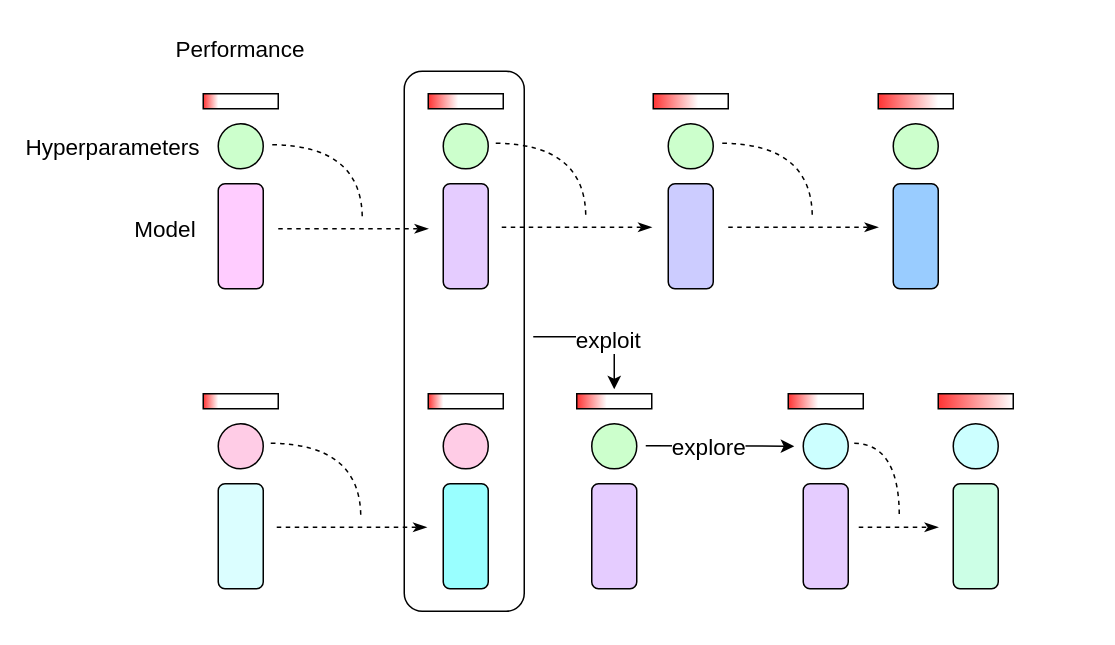
This is drawio/ch-data-science/population-based-training.drawio from godaai/scale-py-zh, a draw.io file, before an edit. Source tidied: cells renumbered, new cells numbered last; positions are measured from the earlier drawing's top-left corner, leaving out a move shared by most shapes. Both pictures are drawn from the tidied source at 150%, with x=0, y=0 at pixel (68, 26).
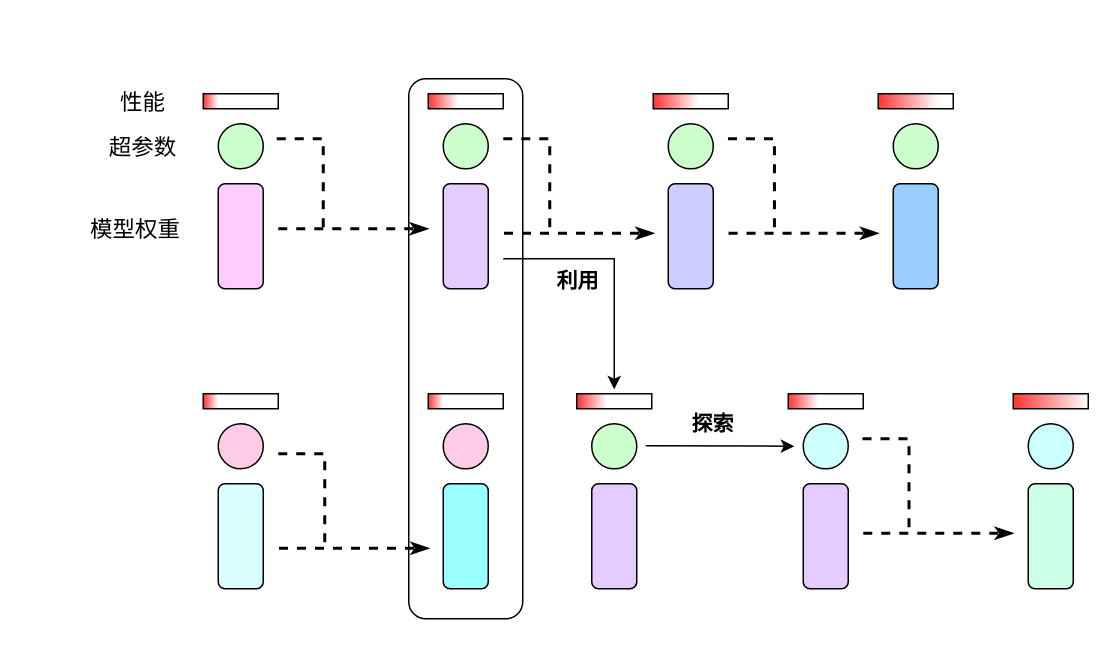
After the change.

Unchanged cells that the change refers to:
```xml
<mxCell id="49" style="endArrow=classic;html=1;rounded=0;entryX=1;entryY=0.5;entryDx=0;entryDy=0;exitX=1;exitY=0.5;exitDx=0;exitDy=0;" parent="1" edge="1">
  <mxGeometry relative="1" as="geometry">
    <mxPoint x="385" y="279.6" as="sourcePoint" />
    <mxPoint x="484" y="280" as="targetPoint" />
  </mxGeometry>
</mxCell>
```

What changed in the source:
```diff
@@
+    <mxCell id="38" style="rounded=1;whiteSpace=wrap;html=1;fillColor=none;" parent="1" vertex="1">
+      <mxGeometry x="227" y="35" width="76" height="360" as="geometry" />
+    </mxCell>
     <mxCell id="2" style="rounded=0;whiteSpace=wrap;html=1;gradientColor=#FF3333;gradientDirection=west;strokeColor=none;" parent="1" vertex="1">
-      <mxGeometry x="580" y="245" width="50" height="10" as="geometry" />
+      <mxGeometry x="630" y="245" width="50" height="10" as="geometry" />
     </mxCell>
     <mxCell id="3" style="rounded=0;whiteSpace=wrap;html=1;fillColor=none;" parent="1" vertex="1">
-      <mxGeometry x="580" y="245" width="50" height="10" as="geometry" />
+      <mxGeometry x="630" y="245" width="50" height="10" as="geometry" />
     </mxCell>
@@
     <mxCell id="36" style="ellipse;whiteSpace=wrap;html=1;fillColor=#CCFFFF;strokeColor=#000000;" parent="1" vertex="1">
-      <mxGeometry x="590" y="265" width="30" height="30" as="geometry" />
+      <mxGeometry x="640" y="265" width="30" height="30" as="geometry" />
     </mxCell>
     <mxCell id="37" style="rounded=1;whiteSpace=wrap;html=1;fillColor=#CCFFE6;strokeColor=#000000;" parent="1" vertex="1">
-      <mxGeometry x="590" y="305" width="30" height="70" as="geometry" />
+      <mxGeometry x="640" y="305" width="30" height="70" as="geometry" />
     </mxCell>
-    <mxCell id="38" style="rounded=1;whiteSpace=wrap;html=1;fillColor=none;" parent="1" vertex="1">
-      <mxGeometry x="224" y="30" width="80" height="360" as="geometry" />
-    </mxCell>
-    <mxCell id="39" style="endArrow=classicThin;html=1;rounded=0;endFill=1;dashed=1;strokeWidth=1;" parent="1" edge="1">
+    <mxCell id="39" style="endArrow=classicThin;html=1;rounded=0;endFill=1;dashed=1;strokeWidth=2;" parent="1" edge="1">
       <mxGeometry relative="1" as="geometry">
         <mxPoint x="140" y="135" as="sourcePoint" />
         <mxPoint x="240" y="135" as="targetPoint" />
       </mxGeometry>
     </mxCell>
-    <mxCell id="40" style="endArrow=none;dashed=1;html=1;strokeWidth=1;rounded=0;edgeStyle=orthogonalEdgeStyle;curved=1;" parent="1" edge="1">
-      <mxGeometry relative="1" as="geometry">
-        <mxPoint x="136" y="79" as="sourcePoint" />
-        <mxPoint x="196" y="129" as="targetPoint" />
-      </mxGeometry>
-    </mxCell>
-    <mxCell id="41" style="endArrow=classicThin;html=1;rounded=0;endFill=1;dashed=1;strokeWidth=1;" parent="1" edge="1">
-      <mxGeometry relative="1" as="geometry">
-        <mxPoint x="289" y="134" as="sourcePoint" />
-        <mxPoint x="389" y="134" as="targetPoint" />
-      </mxGeometry>
-    </mxCell>
-    <mxCell id="42" style="endArrow=none;dashed=1;html=1;strokeWidth=1;rounded=0;edgeStyle=orthogonalEdgeStyle;curved=1;" parent="1" edge="1">
-      <mxGeometry relative="1" as="geometry">
-        <mxPoint x="285" y="78" as="sourcePoint" />
-        <mxPoint x="345" y="128" as="targetPoint" />
-      </mxGeometry>
-    </mxCell>
-    <mxCell id="43" style="endArrow=classicThin;html=1;rounded=0;endFill=1;dashed=1;strokeWidth=1;" parent="1" edge="1">
-      <mxGeometry relative="1" as="geometry">
-        <mxPoint x="440" y="134" as="sourcePoint" />
-        <mxPoint x="540" y="134" as="targetPoint" />
-      </mxGeometry>
-    </mxCell>
-    <mxCell id="44" style="endArrow=none;dashed=1;html=1;strokeWidth=1;rounded=0;edgeStyle=orthogonalEdgeStyle;curved=1;" parent="1" edge="1">
-      <mxGeometry relative="1" as="geometry">
-        <mxPoint x="436" y="78" as="sourcePoint" />
-        <mxPoint x="496" y="128" as="targetPoint" />
-      </mxGeometry>
-    </mxCell>
-    <mxCell id="45" style="endArrow=classicThin;html=1;rounded=0;endFill=1;dashed=1;strokeWidth=1;" parent="1" edge="1">
-      <mxGeometry relative="1" as="geometry">
-        <mxPoint x="139" y="334" as="sourcePoint" />
-        <mxPoint x="239" y="334" as="targetPoint" />
-      </mxGeometry>
-    </mxCell>
-    <mxCell id="46" style="endArrow=none;dashed=1;html=1;strokeWidth=1;rounded=0;edgeStyle=orthogonalEdgeStyle;curved=1;" parent="1" edge="1">
-      <mxGeometry relative="1" as="geometry">
-        <mxPoint x="135" y="278" as="sourcePoint" />
-        <mxPoint x="195" y="328" as="targetPoint" />
-      </mxGeometry>
-    </mxCell>
-    <mxCell id="47" style="endArrow=classicThin;html=1;rounded=0;endFill=1;dashed=1;strokeWidth=1;" parent="1" edge="1">
-      <mxGeometry relative="1" as="geometry">
-        <mxPoint x="527" y="334" as="sourcePoint" />
-        <mxPoint x="580" y="334" as="targetPoint" />
-      </mxGeometry>
-    </mxCell>
-    <mxCell id="48" style="endArrow=none;dashed=1;html=1;strokeWidth=1;rounded=0;edgeStyle=orthogonalEdgeStyle;curved=1;" parent="1" edge="1">
-      <mxGeometry relative="1" as="geometry">
-        <mxPoint x="524" y="278" as="sourcePoint" />
-        <mxPoint x="554" y="328" as="targetPoint" />
-      </mxGeometry>
-    </mxCell>
@@
-    <mxCell id="50" value="&lt;font style=&quot;font-size: 15px;&quot;&gt;explore&lt;/font&gt;" style="edgeLabel;html=1;align=center;verticalAlign=middle;" parent="49" vertex="1">
-      <mxGeometry x="-0.16" relative="1" as="geometry" />
-    </mxCell>
     <mxCell id="51" style="endArrow=classic;html=1;rounded=0;entryX=0.5;entryY=0;entryDx=0;entryDy=0;" parent="1" edge="1">
       <mxGeometry relative="1" as="geometry">
-        <mxPoint x="310" y="207" as="sourcePoint" />
+        <mxPoint x="290" y="155" as="sourcePoint" />
         <mxPoint x="364" y="242" as="targetPoint" />
         <Array as="points">
-          <mxPoint x="364" y="207" />
+          <mxPoint x="364" y="155" />
         </Array>
       </mxGeometry>
     </mxCell>
-    <mxCell id="52" value="&lt;font style=&quot;font-size: 15px;&quot;&gt;exploit&lt;/font&gt;" style="edgeLabel;html=1;align=center;verticalAlign=middle;" parent="51" vertex="1">
-      <mxGeometry x="0.11" y="-1" relative="1" as="geometry" />
-    </mxCell>
-    <mxCell id="53" value="&lt;font style=&quot;font-size: 15px;&quot;&gt;Performance&lt;/font&gt;" style="text;html=1;align=center;verticalAlign=middle;whiteSpace=wrap;rounded=0;" parent="1" vertex="1">
-      <mxGeometry x="85" width="60" height="30" as="geometry" />
+    <mxCell id="53" value="&lt;span style=&quot;font-size: 15px;&quot;&gt;性能&lt;/span&gt;" style="text;html=1;align=center;verticalAlign=middle;whiteSpace=wrap;rounded=0;" parent="1" vertex="1">
+      <mxGeometry x="20" y="35" width="60" height="30" as="geometry" />
     </mxCell>
-    <mxCell id="54" value="&lt;font style=&quot;font-size: 15px;&quot;&gt;Hyperparameters&lt;/font&gt;" style="text;html=1;align=center;verticalAlign=middle;whiteSpace=wrap;rounded=0;" parent="1" vertex="1">
-      <mxGeometry y="65" width="60" height="30" as="geometry" />
+    <mxCell id="54" value="&lt;span style=&quot;font-size: 15px;&quot;&gt;超参数&lt;/span&gt;" style="text;html=1;align=center;verticalAlign=middle;whiteSpace=wrap;rounded=0;" parent="1" vertex="1">
+      <mxGeometry x="20" y="65" width="60" height="30" as="geometry" />
     </mxCell>
-    <mxCell id="55" value="&lt;font style=&quot;font-size: 15px;&quot;&gt;Model&lt;/font&gt;" style="text;html=1;align=center;verticalAlign=middle;whiteSpace=wrap;rounded=0;" parent="1" vertex="1">
-      <mxGeometry x="35" y="120" width="60" height="30" as="geometry" />
+    <mxCell id="55" value="&lt;span style=&quot;font-size: 15px;&quot;&gt;模型权重&lt;/span&gt;" style="text;html=1;align=center;verticalAlign=middle;whiteSpace=wrap;rounded=0;" parent="1" vertex="1">
+      <mxGeometry x="10" y="120" width="70" height="30" as="geometry" />
     </mxCell>
+    <mxCell id="56" value="&lt;font style=&quot;font-size: 14px;&quot;&gt;&lt;b&gt;利用&lt;/b&gt;&lt;/font&gt;" style="text;html=1;strokeColor=none;fillColor=none;align=center;verticalAlign=middle;whiteSpace=wrap;rounded=0;" parent="1" vertex="1">
+      <mxGeometry x="310" y="155" width="60" height="30" as="geometry" />
+    </mxCell>
+    <mxCell id="57" value="&lt;font style=&quot;font-size: 14px;&quot;&gt;&lt;b&gt;探索&lt;/b&gt;&lt;/font&gt;" style="text;html=1;strokeColor=none;fillColor=none;align=center;verticalAlign=middle;whiteSpace=wrap;rounded=0;" parent="1" vertex="1">
+      <mxGeometry x="400" y="255" width="60" height="20" as="geometry" />
+    </mxCell>
+    <mxCell id="58" style="endArrow=none;html=1;rounded=0;edgeStyle=elbowEdgeStyle;elbow=vertical;dashed=1;strokeWidth=2;" parent="1" edge="1">
+      <mxGeometry relative="1" as="geometry">
+        <mxPoint x="139" y="75" as="sourcePoint" />
+        <mxPoint x="170" y="135" as="targetPoint" />
+        <Array as="points">
+          <mxPoint x="160" y="75" />
+        </Array>
+      </mxGeometry>
+    </mxCell>
+    <mxCell id="59" style="endArrow=classicThin;html=1;rounded=0;endFill=1;dashed=1;strokeWidth=2;" parent="1" edge="1">
+      <mxGeometry relative="1" as="geometry">
+        <mxPoint x="290.5" y="138" as="sourcePoint" />
+        <mxPoint x="390.5" y="138" as="targetPoint" />
+      </mxGeometry>
+    </mxCell>
+    <mxCell id="60" style="endArrow=none;html=1;rounded=0;edgeStyle=elbowEdgeStyle;elbow=vertical;dashed=1;strokeWidth=2;" parent="1" edge="1">
+      <mxGeometry relative="1" as="geometry">
+        <mxPoint x="290" y="75" as="sourcePoint" />
+        <mxPoint x="321" y="135" as="targetPoint" />
+        <Array as="points">
+          <mxPoint x="311" y="75" />
+        </Array>
+      </mxGeometry>
+    </mxCell>
+    <mxCell id="61" style="endArrow=classicThin;html=1;rounded=0;endFill=1;dashed=1;strokeWidth=2;" parent="1" edge="1">
+      <mxGeometry relative="1" as="geometry">
+        <mxPoint x="440.2" y="138" as="sourcePoint" />
+        <mxPoint x="540.2" y="138" as="targetPoint" />
+      </mxGeometry>
+    </mxCell>
+    <mxCell id="62" style="endArrow=none;html=1;rounded=0;edgeStyle=elbowEdgeStyle;elbow=vertical;dashed=1;strokeWidth=2;" parent="1" edge="1">
+      <mxGeometry relative="1" as="geometry">
+        <mxPoint x="439.8" y="75" as="sourcePoint" />
+        <mxPoint x="470.8" y="135" as="targetPoint" />
+        <Array as="points">
+          <mxPoint x="460.8" y="75" />
+        </Array>
+      </mxGeometry>
+    </mxCell>
+    <mxCell id="63" style="endArrow=classicThin;html=1;rounded=0;endFill=1;dashed=1;strokeWidth=2;" parent="1" edge="1">
+      <mxGeometry relative="1" as="geometry">
+        <mxPoint x="140.5" y="348" as="sourcePoint" />
+        <mxPoint x="240.5" y="348" as="targetPoint" />
+      </mxGeometry>
+    </mxCell>
+    <mxCell id="64" style="endArrow=none;html=1;rounded=0;edgeStyle=elbowEdgeStyle;elbow=vertical;dashed=1;strokeWidth=2;" parent="1" edge="1">
+      <mxGeometry relative="1" as="geometry">
+        <mxPoint x="140" y="285" as="sourcePoint" />
+        <mxPoint x="171" y="345" as="targetPoint" />
+        <Array as="points">
+          <mxPoint x="161" y="285" />
+        </Array>
+      </mxGeometry>
+    </mxCell>
+    <mxCell id="65" style="endArrow=classicThin;html=1;rounded=0;endFill=1;dashed=1;strokeWidth=2;" parent="1" edge="1">
+      <mxGeometry relative="1" as="geometry">
+        <mxPoint x="530" y="338" as="sourcePoint" />
+        <mxPoint x="630" y="338" as="targetPoint" />
+      </mxGeometry>
+    </mxCell>
+    <mxCell id="66" style="endArrow=none;html=1;rounded=0;edgeStyle=elbowEdgeStyle;elbow=vertical;dashed=1;strokeWidth=2;" parent="1" edge="1">
+      <mxGeometry relative="1" as="geometry">
+        <mxPoint x="529.5" y="275" as="sourcePoint" />
+        <mxPoint x="560.5" y="335" as="targetPoint" />
+        <Array as="points">
+          <mxPoint x="550.5" y="275" />
+        </Array>
+      </mxGeometry>
+    </mxCell>
```
